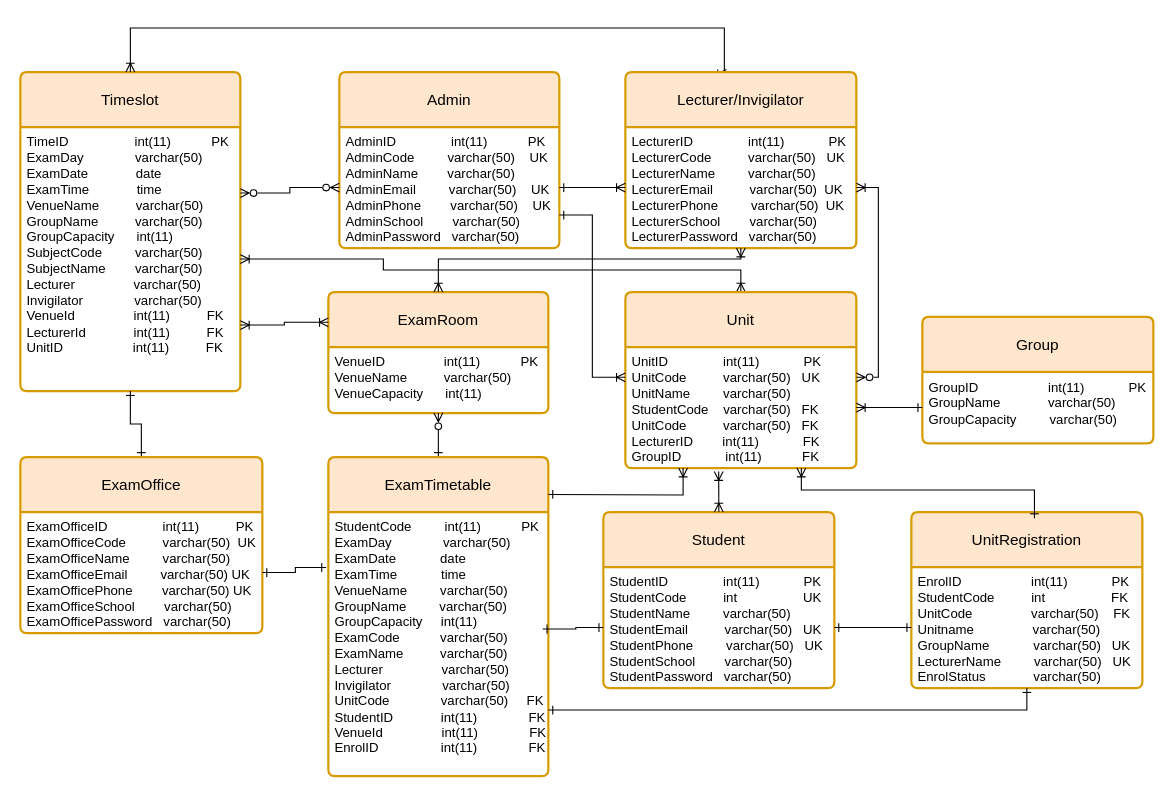
Before: page "database diagrams" (3 of 5) of diagrams/all diagrams.drawio in Kathembotsong/Strath_Exam_Schedule, a draw.io diagram. Source tidied: cells renumbered, new cells numbered last; positions are measured from the earlier drawing's top-left corner, leaving out a move shared by most shapes. Both pictures are drawn from the tidied source at 110%, with x=0, y=0 at pixel (20, 28).
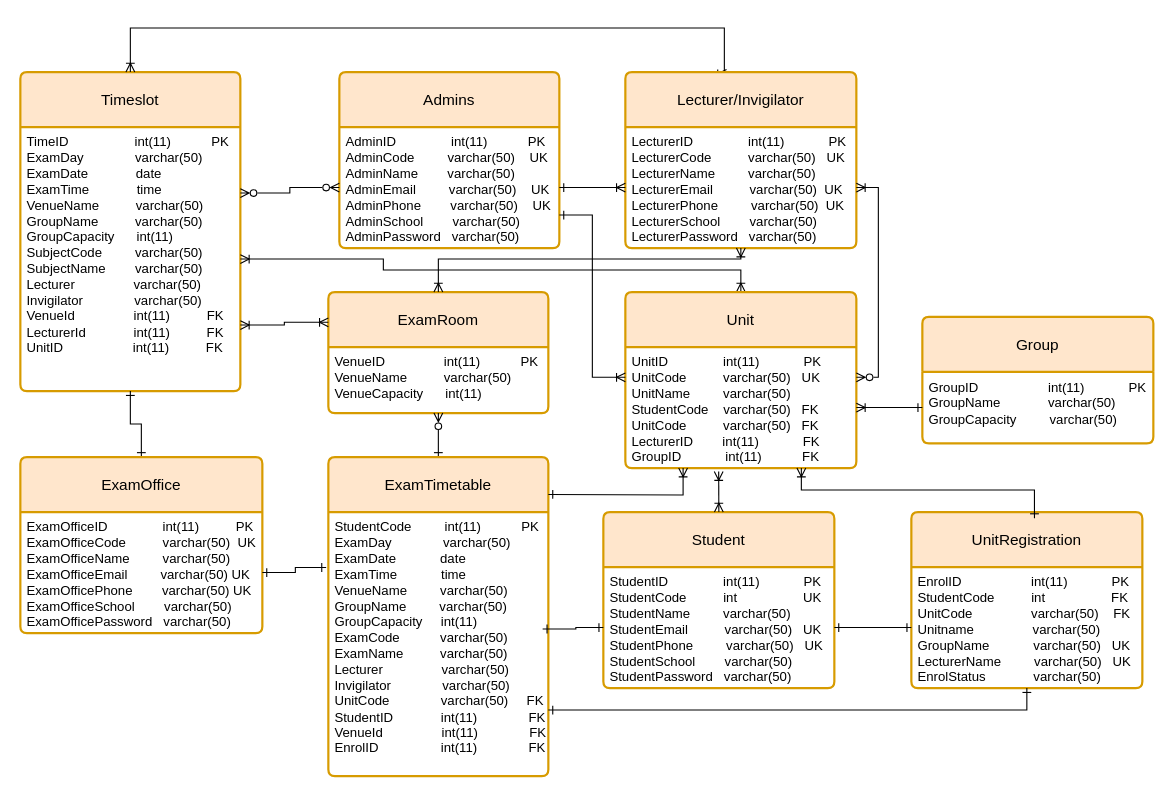
The same diagram, later.

The edit, as a diff of the source:
```diff
@@
-    <mxCell id="5" value="Admin" style="swimlane;horizontal=1;startSize=50;rounded=1;fontSize=14;fontStyle=0;strokeWidth=2;shadow=0;dashed=0;align=center;arcSize=4;whiteSpace=wrap;html=1;fillColor=#ffe6cc;strokeColor=#d79b00;" parent="1" vertex="1">
+    <mxCell id="5" value="Admins" style="swimlane;horizontal=1;startSize=50;rounded=1;fontSize=14;fontStyle=0;strokeWidth=2;shadow=0;dashed=0;align=center;arcSize=4;whiteSpace=wrap;html=1;fillColor=#ffe6cc;strokeColor=#d79b00;" parent="1" vertex="1">
       <mxGeometry x="290" y="40" width="200" height="160" as="geometry" />
     </mxCell>
```
